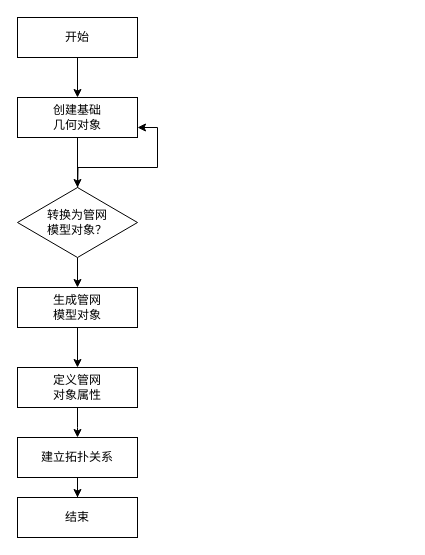
Before: Untitled Diagram.drawio in Lynn9524/test, a draw.io diagram. Source tidied: cells renumbered, new cells numbered last; positions are measured from the earlier drawing's top-left corner, leaving out a move shared by most shapes. Both pictures are drawn from the tidied source at 100%, with x=0, y=0 at pixel (17, 17).
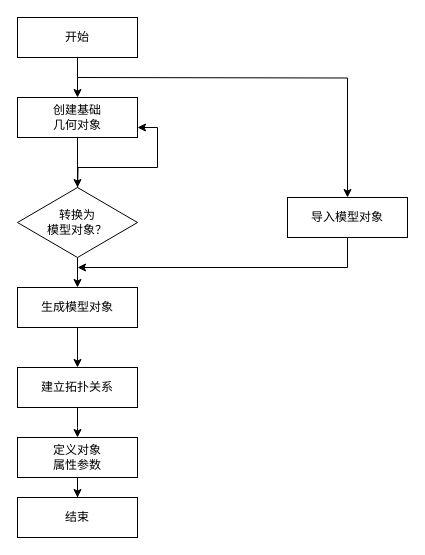
After the change.

What changed in the source:
```diff
@@
+    <mxCell id="16" style="edgeStyle=orthogonalEdgeStyle;rounded=0;jettySize=auto;html=1;" parent="1" edge="1" target="18">
+      <mxGeometry relative="1" as="geometry">
+        <mxPoint x="60" y="60" as="sourcePoint" />
+      </mxGeometry>
+    </mxCell>
@@
-    <mxCell id="8" value="转换为管网&lt;br&gt;模型对象？" style="rhombus;whiteSpace=wrap;html=1;rounded=0;" parent="1" vertex="1">
+    <mxCell id="8" value="转换为&lt;br&gt;模型对象？" style="rhombus;whiteSpace=wrap;html=1;rounded=0;" parent="1" vertex="1">
       <mxGeometry y="170" width="120" height="70" as="geometry" />
     </mxCell>
@@
-    <mxCell id="10" value="生成管网&lt;br&gt;模型对象" style="whiteSpace=wrap;html=1;rounded=0;" parent="1" vertex="1">
+    <mxCell id="10" value="生成模型对象" style="whiteSpace=wrap;html=1;rounded=0;" parent="1" vertex="1">
       <mxGeometry y="270" width="120" height="40" as="geometry" />
     </mxCell>
@@
-    <mxCell id="12" value="定义管网&lt;br&gt;对象属性" style="whiteSpace=wrap;html=1;rounded=0;" parent="1" vertex="1">
+    <mxCell id="12" value="建立拓扑关系" style="whiteSpace=wrap;html=1;rounded=0;" parent="1" vertex="1">
       <mxGeometry y="350" width="120" height="40" as="geometry" />
     </mxCell>
@@
-    <mxCell id="14" value="建立拓扑关系" style="whiteSpace=wrap;html=1;rounded=0;" parent="1" vertex="1">
+    <mxCell id="14" value="定义对象&lt;br&gt;属性参数" style="whiteSpace=wrap;html=1;rounded=0;" parent="1" vertex="1">
       <mxGeometry y="420" width="120" height="40" as="geometry" />
     </mxCell>
@@
+    <mxCell id="17" style="edgeStyle=orthogonalEdgeStyle;rounded=0;jettySize=auto;html=1;" parent="1" edge="1" source="18">
+      <mxGeometry relative="1" as="geometry">
+        <mxPoint x="60" y="250" as="targetPoint" />
+        <Array as="points">
+          <mxPoint x="330" y="250" />
+        </Array>
+      </mxGeometry>
+    </mxCell>
+    <mxCell id="18" value="导入模型对象" style="whiteSpace=wrap;html=1;rounded=0;" parent="1" vertex="1">
+      <mxGeometry x="270" y="180" width="120" height="40" as="geometry" />
+    </mxCell>
```
